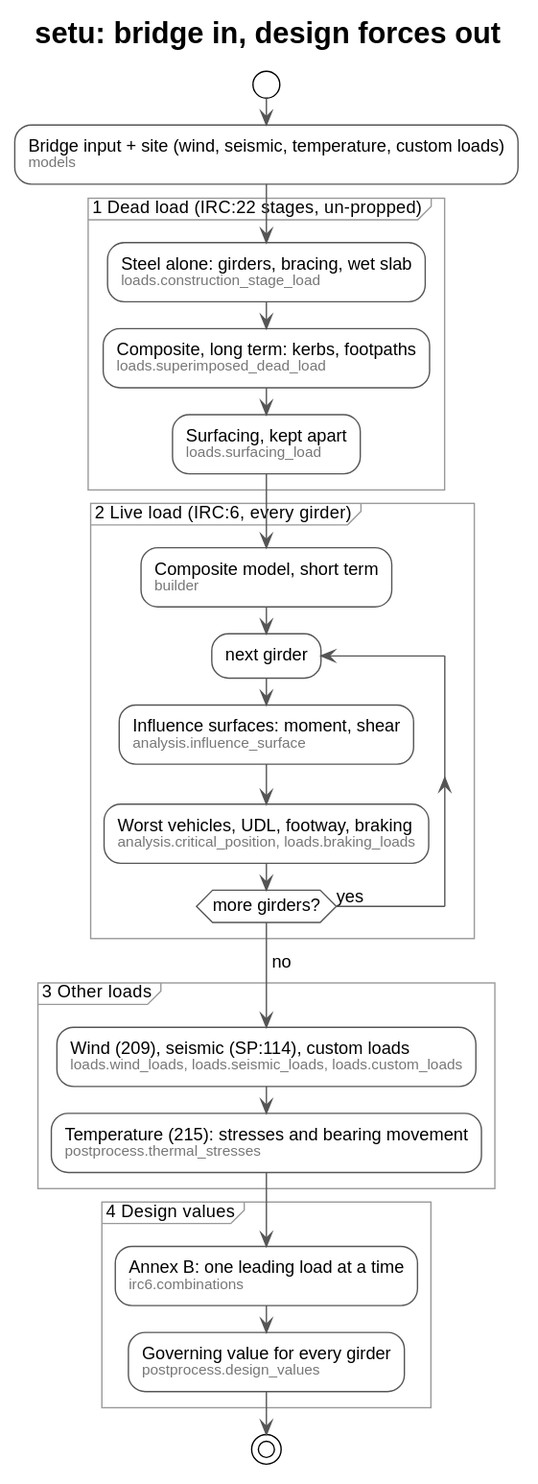
Earlier version of the PlantUML export docs/flow.svg (nishikantmandal007/setu).
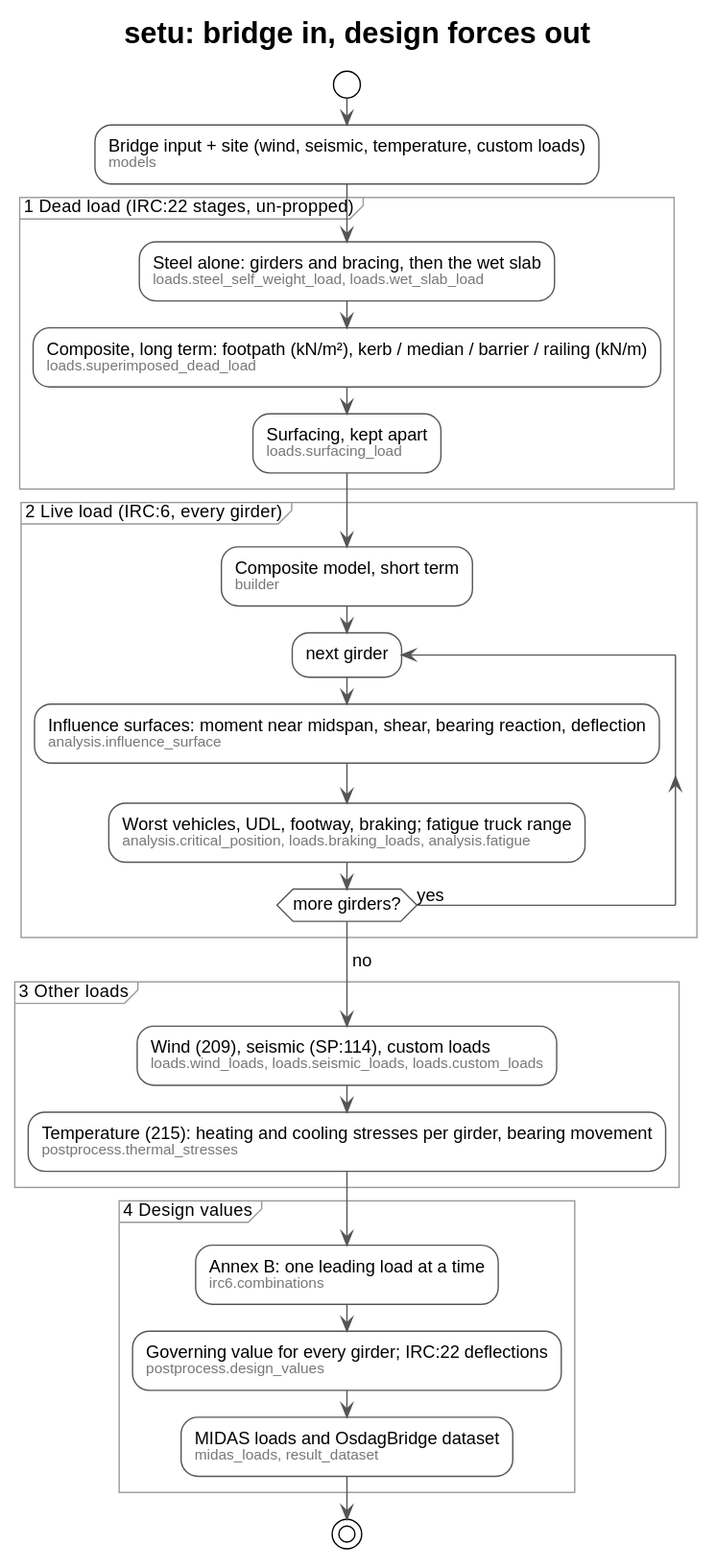
Later version of the same file.

Change to the diagram source:
```diff
@@ -13,9 +13,9 @@
 <size:11><color:#777>models</color></size>;
 
 partition "1  Dead load  (IRC:22 stages, un-propped)" {
-  :Steel alone: girders, bracing, wet slab
-  <size:11><color:#777>loads.construction_stage_load</color></size>;
-  :Composite, long term: kerbs, footpaths
+  :Steel alone: girders and bracing, then the wet slab
+  <size:11><color:#777>loads.steel_self_weight_load, loads.wet_slab_load</color></size>;
+  :Composite, long term: footpath (kN/m²), kerb / median / barrier / railing (kN/m)
   <size:11><color:#777>loads.superimposed_dead_load</color></size>;
   :Surfacing, kept apart
   <size:11><color:#777>loads.surfacing_load</color></size>;
@@ -25,10 +25,10 @@
   :Composite model, short term
   <size:11><color:#777>builder</color></size>;
   repeat :next girder;
-    :Influence surfaces: moment, shear
+    :Influence surfaces: moment near midspan, shear, bearing reaction, deflection
     <size:11><color:#777>analysis.influence_surface</color></size>;
-    :Worst vehicles, UDL, footway, braking
-    <size:11><color:#777>analysis.critical_position, loads.braking_loads</color></size>;
+    :Worst vehicles, UDL, footway, braking; fatigue truck range
+    <size:11><color:#777>analysis.critical_position, loads.braking_loads, analysis.fatigue</color></size>;
   repeat while (more girders?) is (yes)
   -> no;
 }
@@ -36,15 +36,17 @@
 partition "3  Other loads" {
   :Wind (209), seismic (SP:114), custom loads
   <size:11><color:#777>loads.wind_loads, loads.seismic_loads, loads.custom_loads</color></size>;
-  :Temperature (215): stresses and bearing movement
+  :Temperature (215): heating and cooling stresses per girder, bearing movement
   <size:11><color:#777>postprocess.thermal_stresses</color></size>;
 }
 
 partition "4  Design values" {
   :Annex B: one leading load at a time
   <size:11><color:#777>irc6.combinations</color></size>;
-  :Governing value for every girder
+  :Governing value for every girder; IRC:22 deflections
   <size:11><color:#777>postprocess.design_values</color></size>;
+  :MIDAS loads and OsdagBridge dataset
+  <size:11><color:#777>midas_loads, result_dataset</color></size>;
 }
 stop
 @enduml
```
